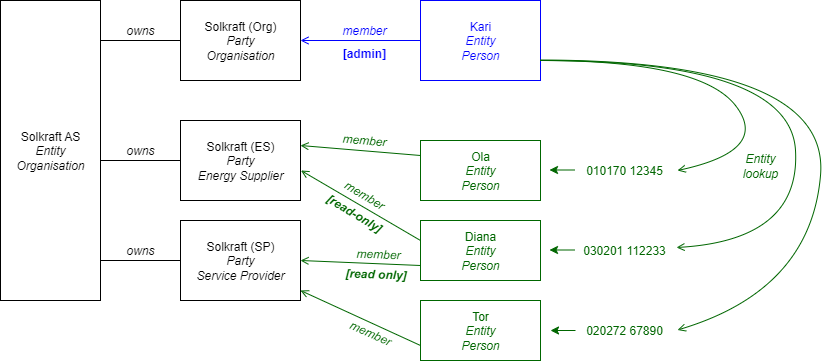
The draw.io diagram docs/diagrams/organisation_management.drawio.png in elhub/flex-information-system, before a commit. Source tidied: cells renumbered, new cells last; positions are measured from the earlier drawing's top-left corner, leaving out a move shared by most shapes.
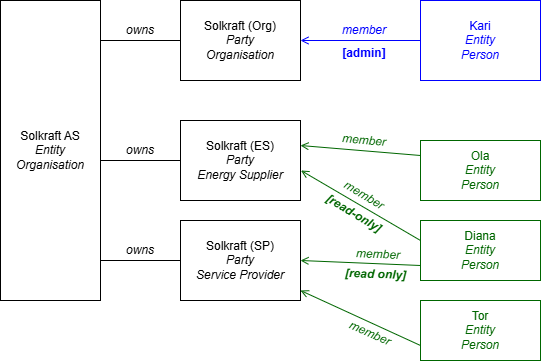
After the commit.

Commit message:
fix: clean text and diagram (FLEX-637)

The edit, as a diff of the source:
```diff
@@ -47,20 +47,6 @@
     <mxCell id="12" value="[admin]" style="text;html=1;align=center;verticalAlign=middle;whiteSpace=wrap;rounded=0;fontColor=light-dark(#0000FF,#0000CC);fontStyle=1;" parent="1" vertex="1">
       <mxGeometry x="334" y="43" width="60" height="20" as="geometry" />
     </mxCell>
-    <mxCell id="13" style="curved=1;endArrow=none;html=1;rounded=0;entryX=1;entryY=0.75;entryDx=0;entryDy=0;startArrow=open;startFill=0;endFill=0;exitX=1.089;exitY=0.5;exitDx=0;exitDy=0;exitPerimeter=0;strokeColor=light-dark(#006600,#006600);" parent="1" edge="1" source="14" target="9">
-      <mxGeometry relative="1" as="geometry">
-        <Array as="points">
-          <mxPoint x="770" y="150" />
-          <mxPoint x="700" y="60" />
-        </Array>
-      </mxGeometry>
-    </mxCell>
-    <mxCell id="14" value="010170 12345" style="text;html=1;align=center;verticalAlign=middle;whiteSpace=wrap;rounded=0;fontColor=light-dark(#006600,#006600);" parent="1" vertex="1">
-      <mxGeometry x="579" y="155" width="90" height="30" as="geometry" />
-    </mxCell>
-    <mxCell id="15" value="030201 112233" style="text;html=1;align=center;verticalAlign=middle;whiteSpace=wrap;rounded=0;fontColor=light-dark(#006600,#006600);" parent="1" vertex="1">
-      <mxGeometry x="579" y="235" width="90" height="30" as="geometry" />
-    </mxCell>
     <mxCell id="16" style="endArrow=open;html=1;rounded=0;entryX=1;entryY=0.5;entryDx=0;entryDy=0;exitX=0;exitY=0.5;exitDx=0;exitDy=0;endFill=0;strokeColor=light-dark(#006600,#006600);" parent="1" edge="1">
       <mxGeometry relative="1" as="geometry">
         <mxPoint x="420" y="155" as="sourcePoint" />
@@ -72,27 +58,6 @@
         <mxPoint x="420" y="240" as="sourcePoint" />
       </mxGeometry>
     </mxCell>
-    <mxCell id="18" style="curved=1;endArrow=none;html=1;rounded=0;entryX=1;entryY=0.75;entryDx=0;entryDy=0;startArrow=open;startFill=0;endFill=0;exitX=1.078;exitY=0.4;exitDx=0;exitDy=0;exitPerimeter=0;strokeColor=light-dark(#006600,#006600);" parent="1" edge="1" source="15">
-      <mxGeometry relative="1" as="geometry">
-        <mxPoint x="540" y="60" as="targetPoint" />
-        <Array as="points">
-          <mxPoint x="800" y="240" />
-          <mxPoint x="790" y="60" />
-        </Array>
-      </mxGeometry>
-    </mxCell>
-    <mxCell id="19" style="endArrow=classic;html=1;rounded=0;entryX=1;entryY=0.5;entryDx=0;entryDy=0;strokeColor=light-dark(#006600,#006600);" parent="1" edge="1">
-      <mxGeometry relative="1" as="geometry">
-        <mxPoint x="574" y="169.5" as="sourcePoint" />
-        <mxPoint x="549" y="169.5" as="targetPoint" />
-      </mxGeometry>
-    </mxCell>
-    <mxCell id="20" style="endArrow=classic;html=1;rounded=0;entryX=1;entryY=0.5;entryDx=0;entryDy=0;strokeColor=light-dark(#006600,#006600);" parent="1" edge="1">
-      <mxGeometry relative="1" as="geometry">
-        <mxPoint x="574" y="249.5" as="sourcePoint" />
-        <mxPoint x="549" y="249.5" as="targetPoint" />
-      </mxGeometry>
-    </mxCell>
     <mxCell id="21" value="owns" style="text;html=1;align=center;verticalAlign=middle;whiteSpace=wrap;rounded=0;fontStyle=2;" parent="1" vertex="1">
       <mxGeometry x="110" y="20" width="60" height="20" as="geometry" />
     </mxCell>
@@ -108,33 +73,12 @@
     <mxCell id="25" value="member" style="text;html=1;align=center;verticalAlign=middle;whiteSpace=wrap;rounded=0;fontStyle=2;rotation=5;fontColor=light-dark(#006600,#006600);" parent="1" vertex="1">
       <mxGeometry x="334" y="130" width="60" height="20" as="geometry" />
     </mxCell>
-    <mxCell id="26" value="Entity lookup" style="text;html=1;align=center;verticalAlign=middle;whiteSpace=wrap;rounded=0;fontStyle=2;fontColor=light-dark(#006600,#006600);" parent="1" vertex="1">
-      <mxGeometry x="730" y="155" width="60" height="20" as="geometry" />
-    </mxCell>
     <mxCell id="27" value="Solkraft (SP)&lt;div&gt;&lt;i&gt;Party&lt;/i&gt;&lt;br&gt;&lt;div&gt;&lt;i&gt;Service Provider&lt;/i&gt;&lt;/div&gt;&lt;/div&gt;" style="rounded=0;whiteSpace=wrap;html=1;" parent="1" vertex="1">
       <mxGeometry x="180" y="220" width="120" height="80" as="geometry" />
     </mxCell>
     <mxCell id="28" value="Tor&lt;br&gt;&lt;div&gt;&lt;i&gt;Entity&lt;/i&gt;&lt;/div&gt;&lt;div&gt;&lt;i&gt;Person&lt;/i&gt;&lt;/div&gt;" style="rounded=0;whiteSpace=wrap;html=1;spacingTop=0;spacing=2;spacingBottom=0;spacingLeft=0;fontColor=light-dark(#006600,#006600);strokeColor=light-dark(#006600,#006600);" parent="1" vertex="1">
       <mxGeometry x="420" y="300" width="120" height="60" as="geometry" />
     </mxCell>
-    <mxCell id="29" value="020272 67890" style="text;html=1;align=center;verticalAlign=middle;whiteSpace=wrap;rounded=0;fontColor=light-dark(#006600,#006600);" parent="1" vertex="1">
-      <mxGeometry x="579" y="315" width="90" height="30" as="geometry" />
-    </mxCell>
-    <mxCell id="30" style="curved=1;endArrow=none;html=1;rounded=0;entryX=1;entryY=0.75;entryDx=0;entryDy=0;startArrow=open;startFill=0;endFill=0;strokeColor=light-dark(#006600,#006600);exitX=1.089;exitY=0.483;exitDx=0;exitDy=0;exitPerimeter=0;" parent="1" edge="1" source="29">
-      <mxGeometry relative="1" as="geometry">
-        <mxPoint x="540" y="59.5" as="targetPoint" />
-        <Array as="points">
-          <mxPoint x="810" y="290" />
-          <mxPoint x="830" y="60" />
-        </Array>
-      </mxGeometry>
-    </mxCell>
-    <mxCell id="31" style="endArrow=classic;html=1;rounded=0;entryX=1;entryY=0.5;entryDx=0;entryDy=0;strokeColor=light-dark(#006600,#006600);" parent="1" edge="1">
-      <mxGeometry relative="1" as="geometry">
-        <mxPoint x="575" y="330" as="sourcePoint" />
-        <mxPoint x="550" y="330" as="targetPoint" />
-      </mxGeometry>
-    </mxCell>
     <mxCell id="32" value="owns" style="text;html=1;align=center;verticalAlign=middle;whiteSpace=wrap;rounded=0;fontStyle=2;" parent="1" vertex="1">
       <mxGeometry x="110" y="240" width="60" height="20" as="geometry" />
     </mxCell>
```
